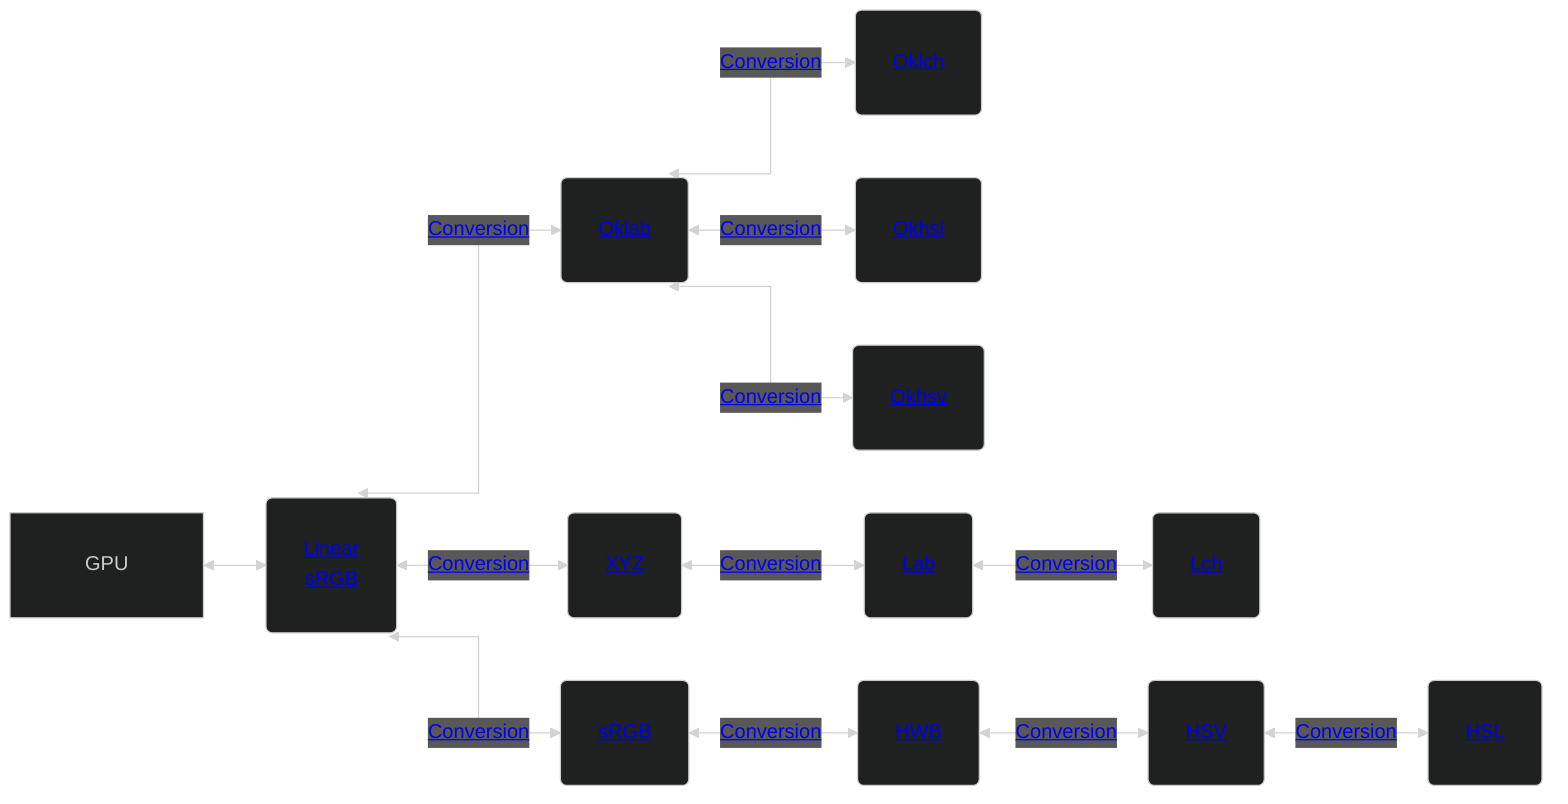
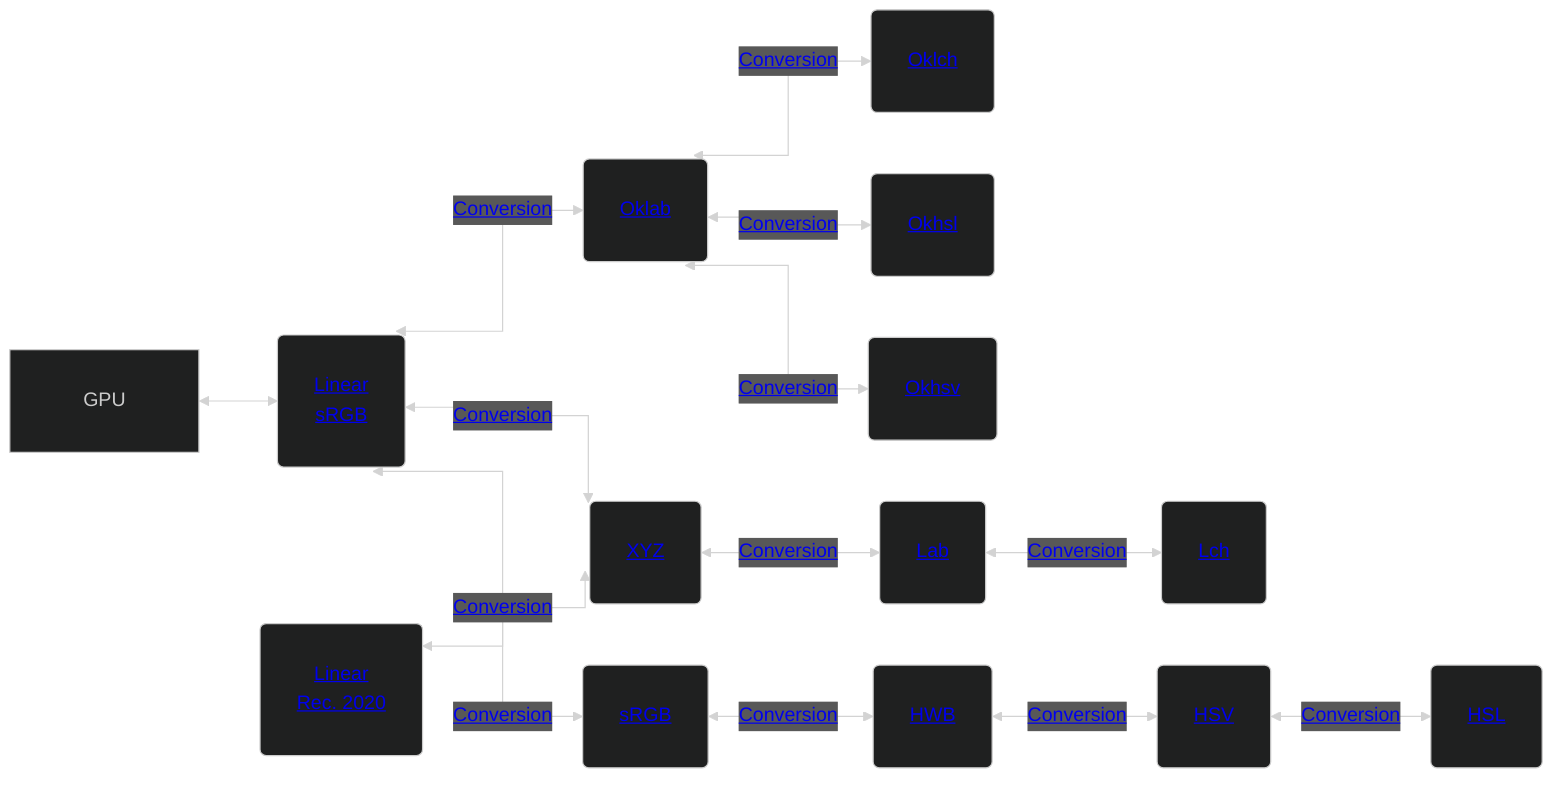
%%{ init: { 'theme': 'dark', 'flowchart': { 'curve': 'stepAfter', 'padding': 30 }, 'themeCSS': '.label foreignObject { overflow: visible; }' } }%%
flowchart LR
    lRGB(<a href='https://en.wikipedia.org/wiki/Rgb'>Linear<br/>sRGB</a>)
    Oklab(<a href='https://oklch.com/'>Oklab</a>)
    Oklch(<a href='https://oklch.com/'>Oklch</a>)
    Okhsl(<a href='https://bottosson.github.io/posts/colorpicker'>Okhsl</a>)
    Okhsv(<a href='https://bottosson.github.io/posts/colorpicker'>Okhsv</a>)
    XYZ(<a href='https://en.wikipedia.org/wiki/XYZ_color'>XYZ</a>)
+     lRec2020(<a href='https://en.wikipedia.org/wiki/Rec._2020'>Linear<br/>Rec. 2020</a>)
    Lab(<a href='https://en.wikipedia.org/wiki/Lab_color'>Lab</a>)
    Lch(<a href='https://en.wikipedia.org/wiki/CIELAB_color_space#Cylindrical_model'>Lch</a>)
    sRGB(<a href='https://en.wikipedia.org/wiki/Srgb'>sRGB</a>)
    HWB(<a href='https://en.wikipedia.org/wiki/HWB_color_model'>HWB</a>)
    HSV(<a href='https://en.wikipedia.org/wiki/HSL_and_HSV'>HSV</a>)
    HSL(<a href='https://en.wikipedia.org/wiki/HSL_and_HSV'>HSL</a>)
    GPU <--> lRGB
    lRGB <--<a href='https://bottosson.github.io/posts/oklab/#converting-from-linear-srgb-to-oklab'>Conversion</a>--> Oklab
    Oklab <--<a href='https://bottosson.github.io/posts/oklab/#the-oklab-color-space'>Conversion</a>--> Oklch
    Oklab <--<a href='https://bottosson.github.io/posts/colorpicker'>Conversion</a>--> Okhsl
    Oklab <--<a href='https://bottosson.github.io/posts/colorpicker'>Conversion</a>--> Okhsv
    lRGB <--<a href='http://www.brucelindbloom.com/index.html?Eqn_RGB_XYZ_Matrix.html'>Conversion</a>--> XYZ
+     lRec2020 <--<a href='http://www.brucelindbloom.com/index.html?Eqn_RGB_XYZ_Matrix.html'>Conversion</a>--> XYZ
    XYZ <--<a href='http://www.brucelindbloom.com/index.html?Eqn_XYZ_to_Lab.html'>Conversion</a>--> Lab
    Lab <--<a href='http://www.brucelindbloom.com/index.html?Eqn_Lab_to_LCH.html'>Conversion</a>--> Lch
    lRGB <--<a href='https://en.wikipedia.org/wiki/SRGB#From_sRGB_to_CIE_XYZ'>Conversion</a>--> sRGB
    sRGB <--<a href='http://alvyray.com/Papers/CG/HWB_JGTv208.pdf'>Conversion</a>--> HWB
    HWB <--<a href='http://alvyray.com/Papers/CG/HWB_JGTv208.pdf'>Conversion</a>--> HSV
    HSV <--<a href='https://en.wikipedia.org/wiki/HSL_and_HSV#Interconversion'>Conversion</a>--> HSL
